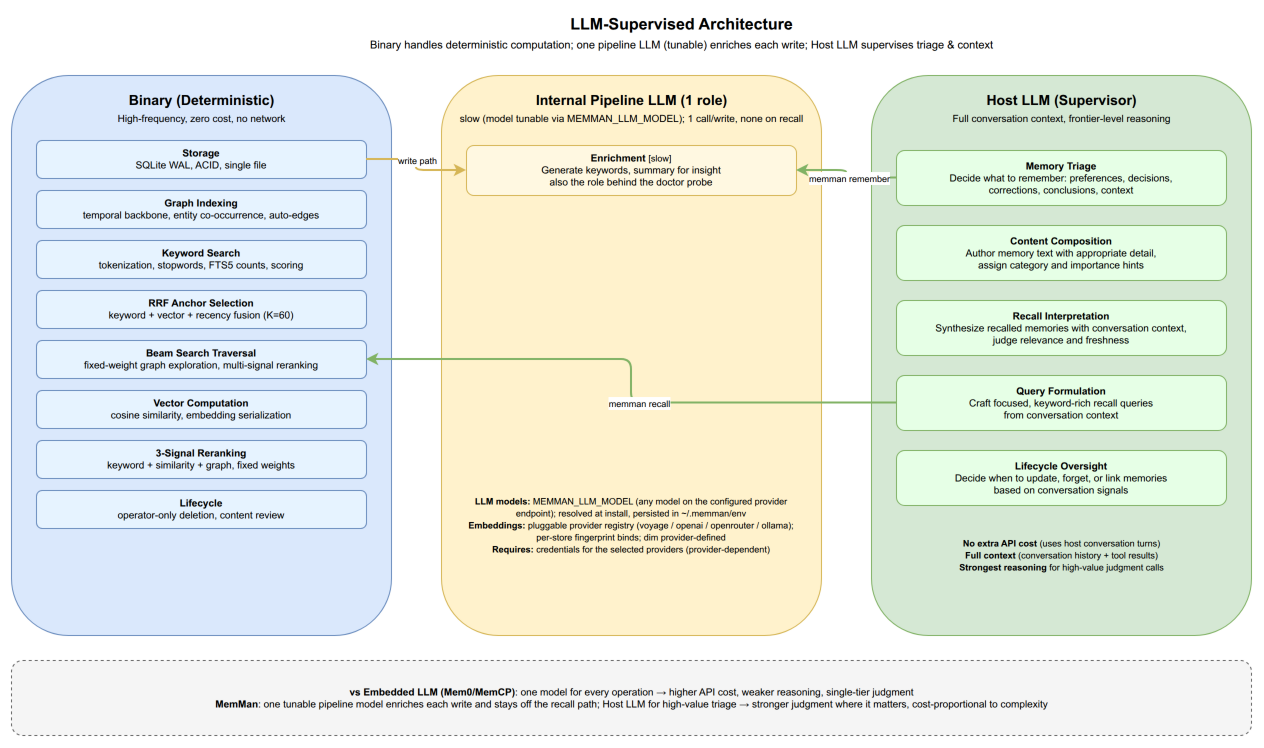
This is docs/diagrams/05-llm-supervised.drawio.png from bissli/memman, a draw.io export, as it was before one commit. Source tidied: cells renumbered, new cells last; positions are measured from the earlier drawing's top-left corner, leaving out a move shared by most shapes.
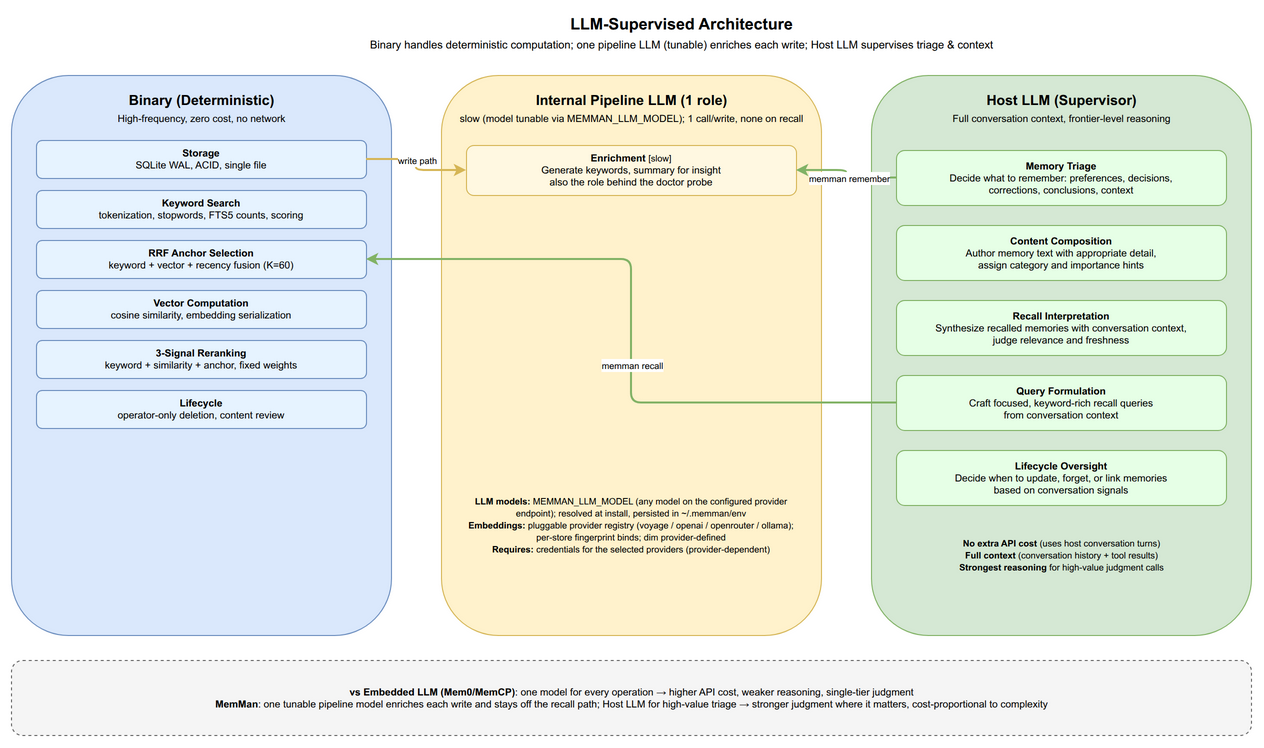
Later version of the same file.

Change to the diagram source:
```diff
@@ -14,26 +14,20 @@
     <mxCell id="5" value="&lt;b&gt;Storage&lt;/b&gt;&lt;br&gt;SQLite WAL, ACID, single file" style="rounded=1;whiteSpace=wrap;html=1;fillColor=#E6F3FF;strokeColor=#6c8ebf;fontSize=10;" parent="1" vertex="1">
       <mxGeometry x="25" y="130" width="330" height="38" as="geometry" />
     </mxCell>
-    <mxCell id="6" value="&lt;b&gt;Graph Indexing&lt;/b&gt;&lt;br&gt;temporal backbone, entity co-occurrence, auto-edges" style="rounded=1;whiteSpace=wrap;html=1;fillColor=#E6F3FF;strokeColor=#6c8ebf;fontSize=10;" parent="1" vertex="1">
-      <mxGeometry x="25" y="180" width="330" height="38" as="geometry" />
-    </mxCell>
     <mxCell id="7" value="&lt;b&gt;Keyword Search&lt;/b&gt;&lt;br&gt;tokenization, stopwords, FTS5 counts, scoring" style="rounded=1;whiteSpace=wrap;html=1;fillColor=#E6F3FF;strokeColor=#6c8ebf;fontSize=10;" parent="1" vertex="1">
-      <mxGeometry x="25" y="230" width="330" height="38" as="geometry" />
+      <mxGeometry x="25" y="180" width="330" height="38" as="geometry" />
     </mxCell>
     <mxCell id="8" value="&lt;b&gt;RRF Anchor Selection&lt;/b&gt;&lt;br&gt;keyword + vector + recency fusion (K=60)" style="rounded=1;whiteSpace=wrap;html=1;fillColor=#E6F3FF;strokeColor=#6c8ebf;fontSize=10;" parent="1" vertex="1">
-      <mxGeometry x="25" y="280" width="330" height="38" as="geometry" />
+      <mxGeometry x="25" y="230" width="330" height="38" as="geometry" />
     </mxCell>
-    <mxCell id="9" value="&lt;b&gt;Beam Search Traversal&lt;/b&gt;&lt;br&gt;fixed-weight graph exploration, multi-signal reranking" style="rounded=1;whiteSpace=wrap;html=1;fillColor=#E6F3FF;strokeColor=#6c8ebf;fontSize=10;" parent="1" vertex="1">
-      <mxGeometry x="25" y="330" width="330" height="38" as="geometry" />
-    </mxCell>
     <mxCell id="10" value="&lt;b&gt;Vector Computation&lt;/b&gt;&lt;br&gt;cosine similarity, embedding serialization" style="rounded=1;whiteSpace=wrap;html=1;fillColor=#E6F3FF;strokeColor=#6c8ebf;fontSize=10;" parent="1" vertex="1">
-      <mxGeometry x="25" y="380" width="330" height="38" as="geometry" />
+      <mxGeometry x="25" y="280" width="330" height="38" as="geometry" />
     </mxCell>
-    <mxCell id="11" value="&lt;b&gt;3-Signal Reranking&lt;/b&gt;&lt;br&gt;keyword + similarity + graph, fixed weights" style="rounded=1;whiteSpace=wrap;html=1;fillColor=#E6F3FF;strokeColor=#6c8ebf;fontSize=10;" parent="1" vertex="1">
-      <mxGeometry x="25" y="430" width="330" height="38" as="geometry" />
+    <mxCell id="11" value="&lt;b&gt;3-Signal Reranking&lt;/b&gt;&lt;br&gt;keyword + similarity + anchor, fixed weights" style="rounded=1;whiteSpace=wrap;html=1;fillColor=#E6F3FF;strokeColor=#6c8ebf;fontSize=10;" parent="1" vertex="1">
+      <mxGeometry x="25" y="330" width="330" height="38" as="geometry" />
     </mxCell>
     <mxCell id="12" value="&lt;b&gt;Lifecycle&lt;/b&gt;&lt;br&gt;operator-only deletion, content review" style="rounded=1;whiteSpace=wrap;html=1;fillColor=#E6F3FF;strokeColor=#6c8ebf;fontSize=10;" parent="1" vertex="1">
-      <mxGeometry x="25" y="480" width="330" height="38" as="geometry" />
+      <mxGeometry x="25" y="380" width="330" height="38" as="geometry" />
     </mxCell>
     <mxCell id="13" style="rounded=1;whiteSpace=wrap;html=1;fillColor=#fff2cc;strokeColor=#d6b656;verticalAlign=top;fontSize=11;" parent="1" vertex="1">
       <mxGeometry x="430" y="65" width="380" height="560" as="geometry" />
@@ -83,7 +77,7 @@
     <mxCell id="28" value="&lt;font style=&quot;font-size:9px&quot;&gt;memman remember&lt;/font&gt;" style="edgeLabel;html=1;align=center;verticalAlign=middle;" parent="27" vertex="1">
       <mxGeometry x="-0.1" relative="1" as="geometry" />
     </mxCell>
-    <mxCell id="29" style="edgeStyle=orthogonalEdgeStyle;rounded=1;strokeColor=#82b366;strokeWidth=2;exitX=0;exitY=0.5;exitDx=0;exitDy=0;entryX=1;entryY=0.5;entryDx=0;entryDy=0;" parent="1" edge="1" source="22" target="9">
+    <mxCell id="29" style="edgeStyle=orthogonalEdgeStyle;rounded=1;strokeColor=#82b366;strokeWidth=2;exitX=0;exitY=0.5;exitDx=0;exitDy=0;entryX=1;entryY=0.5;entryDx=0;entryDy=0;" parent="1" edge="1" source="22" target="8">
       <mxGeometry relative="1" as="geometry" />
     </mxCell>
     <mxCell id="30" value="&lt;font style=&quot;font-size:9px&quot;&gt;memman recall&lt;/font&gt;" style="edgeLabel;html=1;align=center;verticalAlign=middle;" parent="29" vertex="1">
```
